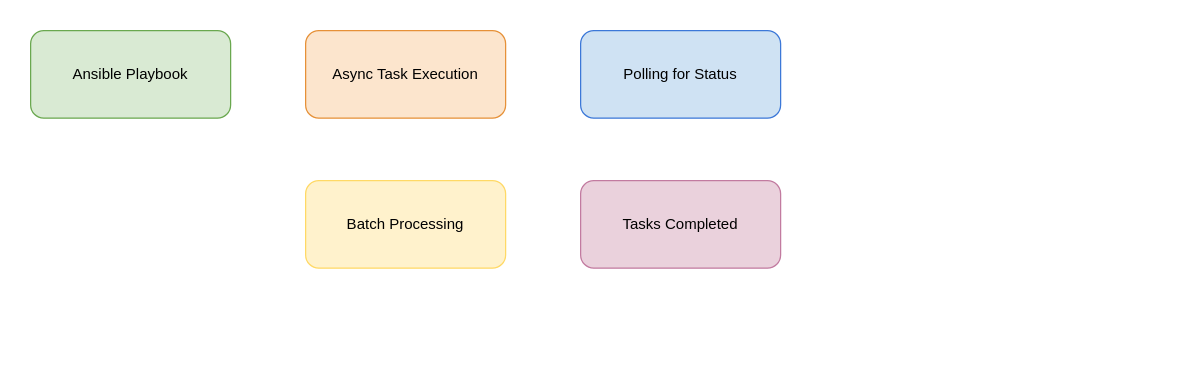
ansvu/ava-project keeps this draw.io diagram as corrected_ansible_async_polling_diagram.drawio. Above is the earlier version. Source tidied: cells renumbered, new cells numbered last; positions are measured from the earlier drawing's top-left corner, leaving out a move shared by most shapes. Both pictures are drawn from the tidied source at 125%, with x=0, y=0 at pixel (30, 30).
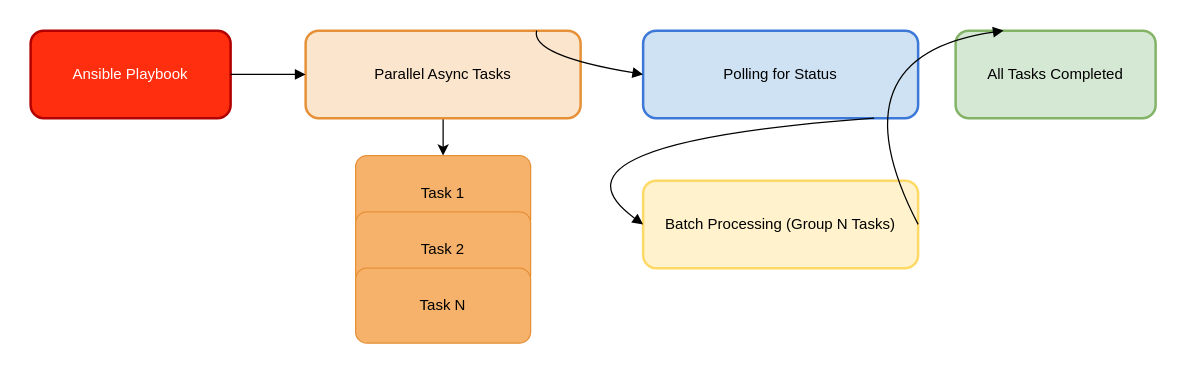
Above is the later version.

What changed in the source:
```diff
@@
 <mxGraphModel>
   <root>
     <mxCell id="0" />
     <mxCell id="1" parent="0" />
-    <mxCell id="2" value="Ansible Playbook" style="rounded=1;whiteSpace=wrap;html=1;fillColor=#D9EAD3;strokeColor=#6AA84F;" parent="1" vertex="1">
+    <mxCell id="2" value="Ansible Playbook" style="whiteSpace=wrap;rounded=1;fillColor=#FF2E0F;strokeColor=#B20000;strokeWidth=2;fontColor=#ffffff;" parent="1" vertex="1">
       <mxGeometry width="160" height="70" as="geometry" />
     </mxCell>
+    <mxCell id="11" style="edgeStyle=orthogonalEdgeStyle;rounded=0;jettySize=auto;html=1;exitX=0.5;exitY=1;exitDx=0;exitDy=0;" parent="1" edge="1" source="3" target="4">
+      <mxGeometry relative="1" as="geometry" />
+    </mxCell>
-    <mxCell id="3" value="Async Task Execution" style="rounded=1;whiteSpace=wrap;html=1;fillColor=#FCE5CD;strokeColor=#E69138;" parent="1" vertex="1">
-      <mxGeometry x="220" width="160" height="70" as="geometry" />
+    <mxCell id="3" value="Parallel Async Tasks" style="whiteSpace=wrap;rounded=1;fillColor=#FCE5CD;strokeColor=#E69138;strokeWidth=2;" parent="1" vertex="1">
+      <mxGeometry x="220" width="220" height="70" as="geometry" />
     </mxCell>
-    <mxCell id="4" value="Polling for Status" style="rounded=1;whiteSpace=wrap;html=1;fillColor=#CFE2F3;strokeColor=#3C78D8;" parent="1" vertex="1">
-      <mxGeometry x="440" width="160" height="70" as="geometry" />
+    <mxCell id="4" value="Task 1" style="whiteSpace=wrap;fillColor=#F6B26B;strokeColor=#E69138;rounded=1;" parent="1" vertex="1">
+      <mxGeometry x="260" y="100" width="140" height="60" as="geometry" />
     </mxCell>
-    <mxCell id="5" value="Batch Processing" style="rounded=1;whiteSpace=wrap;html=1;fillColor=#FFF2CC;strokeColor=#FFD966;" parent="1" vertex="1">
-      <mxGeometry x="220" y="120" width="160" height="70" as="geometry" />
+    <mxCell id="5" value="Task 2" style="whiteSpace=wrap;fillColor=#F6B26B;strokeColor=#E69138;rounded=1;" parent="1" vertex="1">
+      <mxGeometry x="260" y="145" width="140" height="60" as="geometry" />
     </mxCell>
-    <mxCell id="6" value="Tasks Completed" style="rounded=1;whiteSpace=wrap;html=1;fillColor=#EAD1DC;strokeColor=#C27BA0;" parent="1" vertex="1">
-      <mxGeometry x="440" y="120" width="160" height="70" as="geometry" />
+    <mxCell id="6" value="Task N" style="whiteSpace=wrap;fillColor=#F6B26B;strokeColor=#E69138;rounded=1;" parent="1" vertex="1">
+      <mxGeometry x="260" y="190" width="140" height="60" as="geometry" />
     </mxCell>
-    <mxCell id="7" style="edgeStyle=orthogonalEdgeStyle;rounded=1;" parent="1" edge="1" source="2" target="3" />
+    <mxCell id="7" value="Polling for Status" style="whiteSpace=wrap;rounded=1;fillColor=#CFE2F3;strokeColor=#3C78D8;strokeWidth=2;" parent="1" vertex="1">
+      <mxGeometry x="490" width="220" height="70" as="geometry" />
+    </mxCell>
-    <mxCell id="8" style="edgeStyle=orthogonalEdgeStyle;rounded=1;" parent="1" edge="1" source="3" target="4" />
+    <mxCell id="8" value="Batch Processing (Group N Tasks)" style="whiteSpace=wrap;rounded=1;fillColor=#FFF2CC;strokeColor=#FFD966;strokeWidth=2;" parent="1" vertex="1">
+      <mxGeometry x="490" y="120" width="220" height="70" as="geometry" />
+    </mxCell>
-    <mxCell id="9" style="edgeStyle=orthogonalEdgeStyle;rounded=1;" parent="1" edge="1" source="4" target="6" />
+    <mxCell id="9" value="All Tasks Completed" style="whiteSpace=wrap;rounded=1;fillColor=#d5e8d4;strokeColor=#82b366;strokeWidth=2;" parent="1" vertex="1">
+      <mxGeometry x="740" width="160" height="70" as="geometry" />
+    </mxCell>
-    <mxCell id="10" style="edgeStyle=orthogonalEdgeStyle;rounded=1;" parent="1" edge="1" source="3" target="5" />
+    <mxCell id="10" style="curved=1;startArrow=none;endArrow=block;exitX=1.01;exitY=0.5;entryX=0.01;entryY=0.5;" parent="1" edge="1" source="2" target="3">
+      <mxGeometry relative="1" as="geometry" />
+    </mxCell>
+    <mxCell id="12" style="curved=1;startArrow=none;endArrow=block;exitX=0.84;exitY=0;entryX=0;entryY=0.5;" parent="1" edge="1" source="3" target="7">
+      <mxGeometry relative="1" as="geometry">
+        <Array as="points">
+          <mxPoint x="400" y="20" />
+        </Array>
+      </mxGeometry>
+    </mxCell>
+    <mxCell id="13" style="curved=1;startArrow=none;endArrow=block;exitX=0.84;exitY=1;entryX=0;entryY=0.5;" parent="1" edge="1" source="7" target="8">
+      <mxGeometry relative="1" as="geometry">
+        <Array as="points">
+          <mxPoint x="400" y="90" />
+        </Array>
+      </mxGeometry>
+    </mxCell>
+    <mxCell id="14" style="curved=1;startArrow=none;endArrow=block;exitX=0.99;exitY=0.5;entryX=0.24;entryY=0;" parent="1" edge="1" source="8" target="9">
+      <mxGeometry relative="1" as="geometry">
+        <Array as="points">
+          <mxPoint x="640" y="20" />
+        </Array>
+      </mxGeometry>
+    </mxCell>
   </root>
 </mxGraphModel>
```
